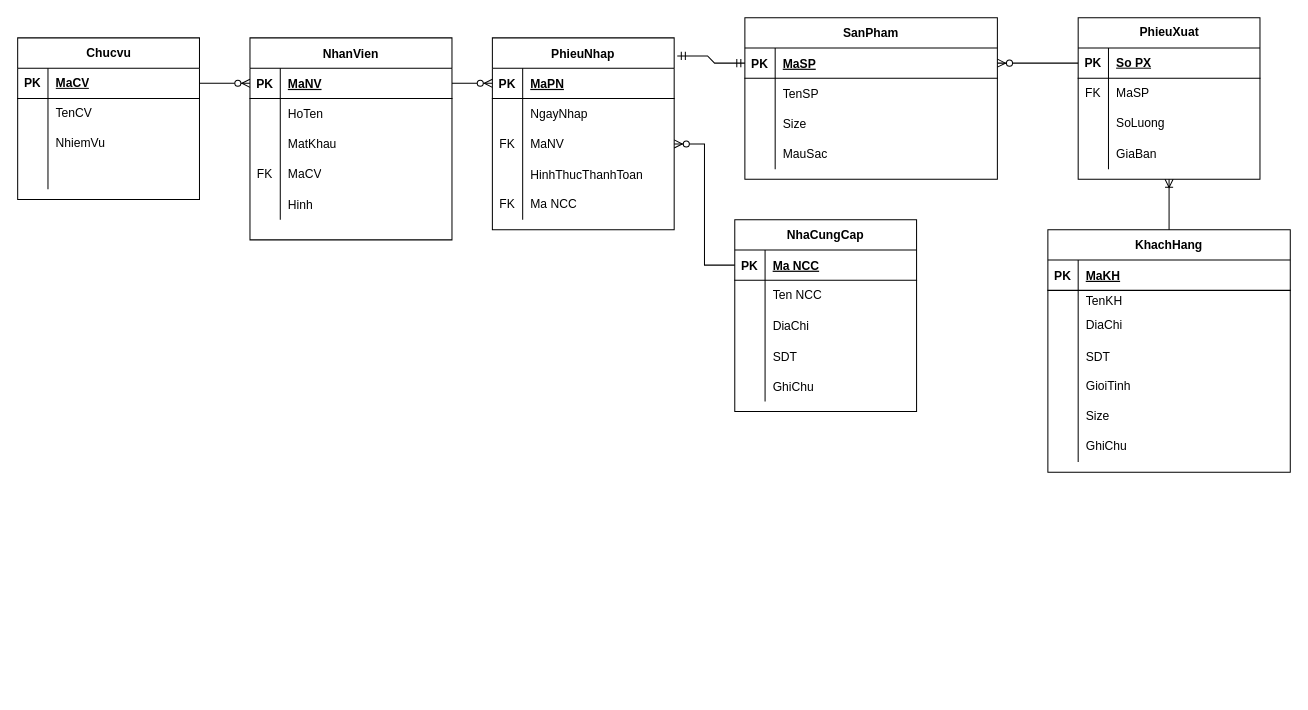
Earlier version of the draw.io diagram ERD.drawio (Westeros091/Snethlios). Source tidied: cells renumbered, new cells numbered last; positions are measured from the earlier drawing's top-left corner, leaving out a move shared by most shapes. Both pictures are drawn from the tidied source at 101%, with x=0, y=0 at pixel (17, 17).
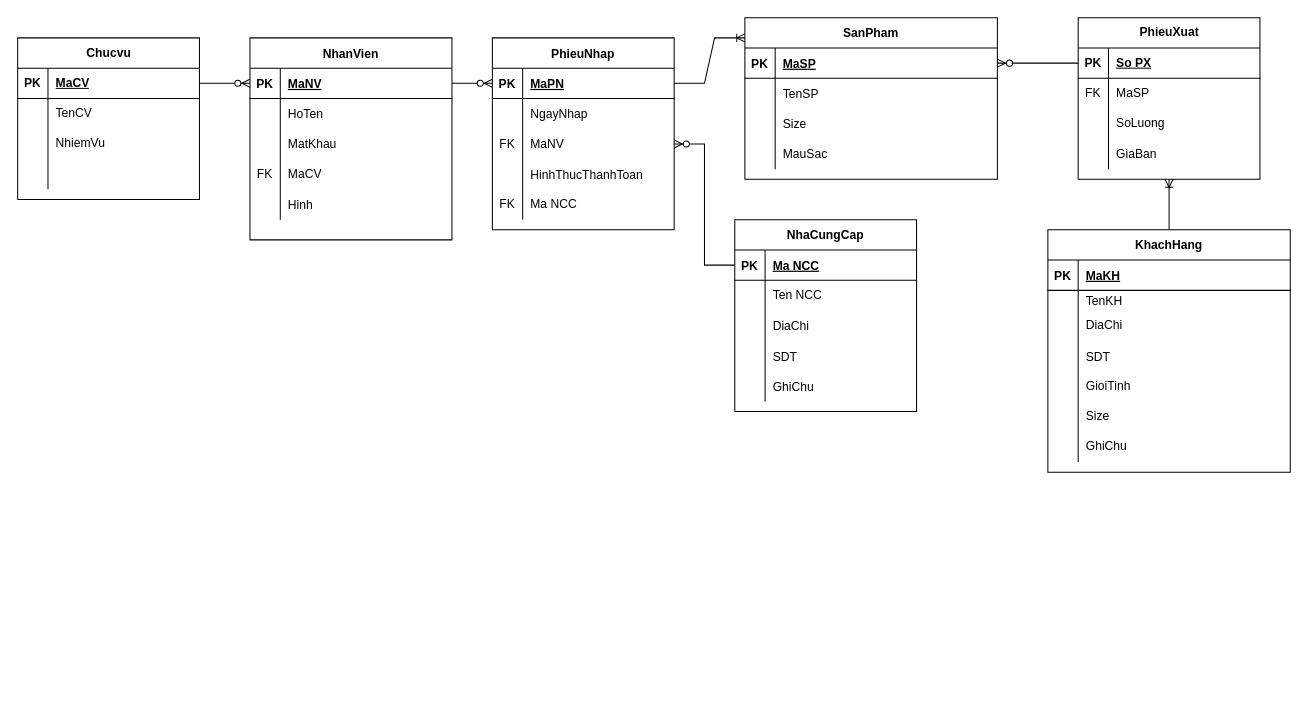
After the change.

Commit message (it also covers changes not shown here):
nguyen : sua erd

Unchanged cells that the change refers to:
```xml
<mxCell id="3" style="shape=partialRectangle;fillColor=none;points=[[0,0.5],[1,0.5]];portConstraint=eastwest;top=0;left=0;right=0;bottom=1;" parent="2" vertex="1">
  <mxGeometry y="30" width="250" height="30" as="geometry" />
</mxCell>
<mxCell id="53" value="PhieuNhap" style="shape=table;startSize=30;childLayout=tableLayout;rowLines=0;fontStyle=1;align=center;" parent="1" vertex="1">
  <mxGeometry x="470" y="20" width="180" height="190" as="geometry" />
</mxCell>
<mxCell id="54" style="shape=tableRow;horizontal=0;startSize=0;swimlaneHead=0;swimlaneBody=0;fillColor=none;points=[[0,0.5],[1,0.5]];portConstraint=eastwest;top=0;left=0;right=0;bottom=1;" parent="53" vertex="1">
  <mxGeometry y="30" width="180" height="30" as="geometry" />
</mxCell>
```

The edit, as a diff of the source:
```diff
@@
-    <mxCell id="116" style="edgeStyle=entityRelationEdgeStyle;fontSize=12;html=1;endArrow=ERmandOne;startArrow=ERmandOne;rounded=0;entryX=0;entryY=0.5;entryDx=0;entryDy=0;exitX=1.017;exitY=0.094;exitDx=0;exitDy=0;exitPerimeter=0;" parent="1" edge="1" source="53" target="3">
-      <mxGeometry relative="1" as="geometry" />
-    </mxCell>
@@
+    <mxCell id="118" style="edgeStyle=entityRelationEdgeStyle;fontSize=12;html=1;endArrow=ERoneToMany;rounded=0;exitX=1;exitY=0.5;exitDx=0;exitDy=0;" parent="1" edge="1" source="54">
+      <mxGeometry relative="1" as="geometry">
+        <mxPoint x="720" y="20" as="targetPoint" />
+      </mxGeometry>
+    </mxCell>
```
